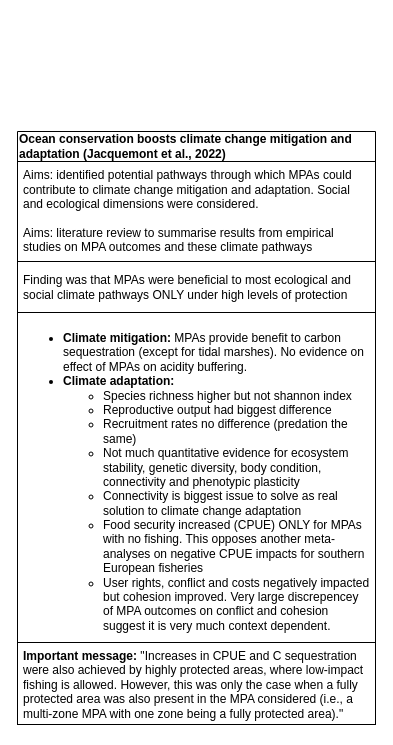
Earlier version of the draw.io diagram litteraturereview.drawio (ninzyfb/ninzyfb). Source tidied: cells renumbered, new cells numbered last; positions are measured from the earlier drawing's top-left corner, leaving out a move shared by most shapes. Both pictures are drawn from the tidied source at 100%, with x=0, y=0 at pixel (17, 131).
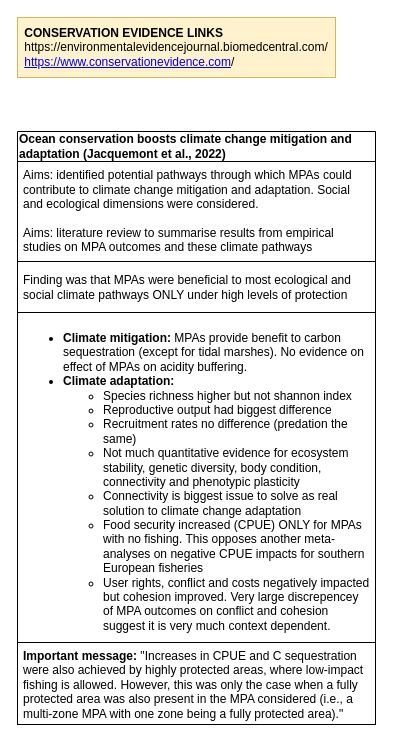
Above is the later version.

Change to the diagram source:
```diff
@@
 <mxGraphModel>
   <root>
     <mxCell id="0" />
     <mxCell id="1" parent="0" />
     <mxCell id="2" value="&lt;b&gt;Ocean conservation boosts climate change mitigation and adaptation (Jacquemont et al., 2022)&lt;/b&gt;" style="swimlane;fontStyle=0;horizontal=1;startSize=30;whiteSpace=wrap;html=1;align=left;" parent="1" vertex="1">
       <mxGeometry width="358" height="593" as="geometry" />
     </mxCell>
     <mxCell id="3" value="Aims: identified potential pathways through which MPAs could contribute to climate change mitigation and adaptation. Social and ecological dimensions were considered.&lt;br&gt;&lt;br&gt;Aims: literature review to summarise results from empirical studies on MPA outcomes and these climate pathways" style="text;strokeColor=default;fillColor=none;align=left;verticalAlign=middle;spacingLeft=4;spacingRight=4;overflow=hidden;whiteSpace=wrap;html=1;shadow=0;" parent="2" vertex="1">
       <mxGeometry y="30" width="358" height="100" as="geometry" />
     </mxCell>
     <mxCell id="4" value="Finding was that MPAs were beneficial to most ecological and social climate pathways ONLY under high levels of protection" style="text;strokeColor=default;fillColor=none;align=left;verticalAlign=middle;spacingLeft=4;spacingRight=4;overflow=hidden;whiteSpace=wrap;html=1;" parent="2" vertex="1">
       <mxGeometry y="130" width="358" height="51" as="geometry" />
     </mxCell>
     <mxCell id="5" value="&lt;ul&gt;&lt;li&gt;&lt;b&gt;Climate mitigation: &lt;/b&gt;MPAs provide benefit to carbon sequestration (except for tidal marshes). No evidence on effect of MPAs on acidity buffering.&lt;/li&gt;&lt;li&gt;&lt;b&gt;Climate adaptation:&amp;nbsp;&lt;/b&gt;&lt;/li&gt;&lt;ul&gt;&lt;li&gt;Species richness higher but not shannon index&lt;/li&gt;&lt;li&gt;Reproductive output had biggest difference&lt;/li&gt;&lt;li&gt;Recruitment rates no difference (predation the same)&lt;/li&gt;&lt;li&gt;Not much quantitative evidence for ecosystem stability, genetic diversity, body condition, connectivity and phenotypic plasticity&lt;/li&gt;&lt;li&gt;Connectivity is biggest issue to solve as real solution to climate change adaptation&lt;/li&gt;&lt;li&gt;Food security increased (CPUE) ONLY for MPAs with no fishing. This opposes another meta-analyses on negative CPUE impacts for southern European fisheries&lt;/li&gt;&lt;li&gt;User rights, conflict and costs negatively impacted but cohesion improved. Very large discrepencey of MPA outcomes on conflict and cohesion suggest it is very much context dependent.&lt;/li&gt;&lt;/ul&gt;&lt;/ul&gt;" style="text;strokeColor=none;fillColor=none;align=left;verticalAlign=top;spacingLeft=4;spacingRight=4;overflow=hidden;whiteSpace=wrap;html=1;labelPosition=center;verticalLabelPosition=middle;" parent="2" vertex="1">
       <mxGeometry y="181" width="358" height="330" as="geometry" />
     </mxCell>
     <mxCell id="6" value="&lt;b&gt;Important message:&lt;/b&gt; &quot;Increases in CPUE and C sequestration were also achieved by highly protected areas, where low-impact fishing is allowed. However, this was only the case when a fully protected area was also present in the MPA considered (i.e., a multi-zone MPA with one zone being a fully protected area).&quot;" style="text;strokeColor=default;fillColor=none;align=left;verticalAlign=top;spacingLeft=4;spacingRight=4;overflow=hidden;whiteSpace=wrap;html=1;labelPosition=center;verticalLabelPosition=middle;" parent="2" vertex="1">
       <mxGeometry y="511" width="358" height="82" as="geometry" />
     </mxCell>
+    <mxCell id="7" value="&lt;div style=&quot;text-align: left;&quot;&gt;&lt;b style=&quot;background-color: initial;&quot;&gt;CONSERVATION EVIDENCE LINKS&lt;/b&gt;&lt;/div&gt;&lt;div style=&quot;text-align: left;&quot;&gt;&lt;span style=&quot;background-color: initial;&quot;&gt;https://environmentalevidencejournal.biomedcentral.com/&lt;/span&gt;&lt;/div&gt;&lt;div style=&quot;text-align: left;&quot;&gt;&lt;a style=&quot;background-color: initial; font-family: Calibri; text-size-adjust: auto;&quot; title=&quot;https://www.conservationevidence.com/&quot; target=&quot;_blank&quot; href=&quot;https://www.conservationevidence.com/&quot;&gt;https://www.conservationevidence.com&lt;/a&gt;/&lt;/div&gt;" style="rounded=0;whiteSpace=wrap;html=1;fillColor=#fff2cc;strokeColor=#d6b656;" parent="1" vertex="1">
+      <mxGeometry y="-114" width="318" height="60" as="geometry" />
+    </mxCell>
   </root>
 </mxGraphModel>
```
